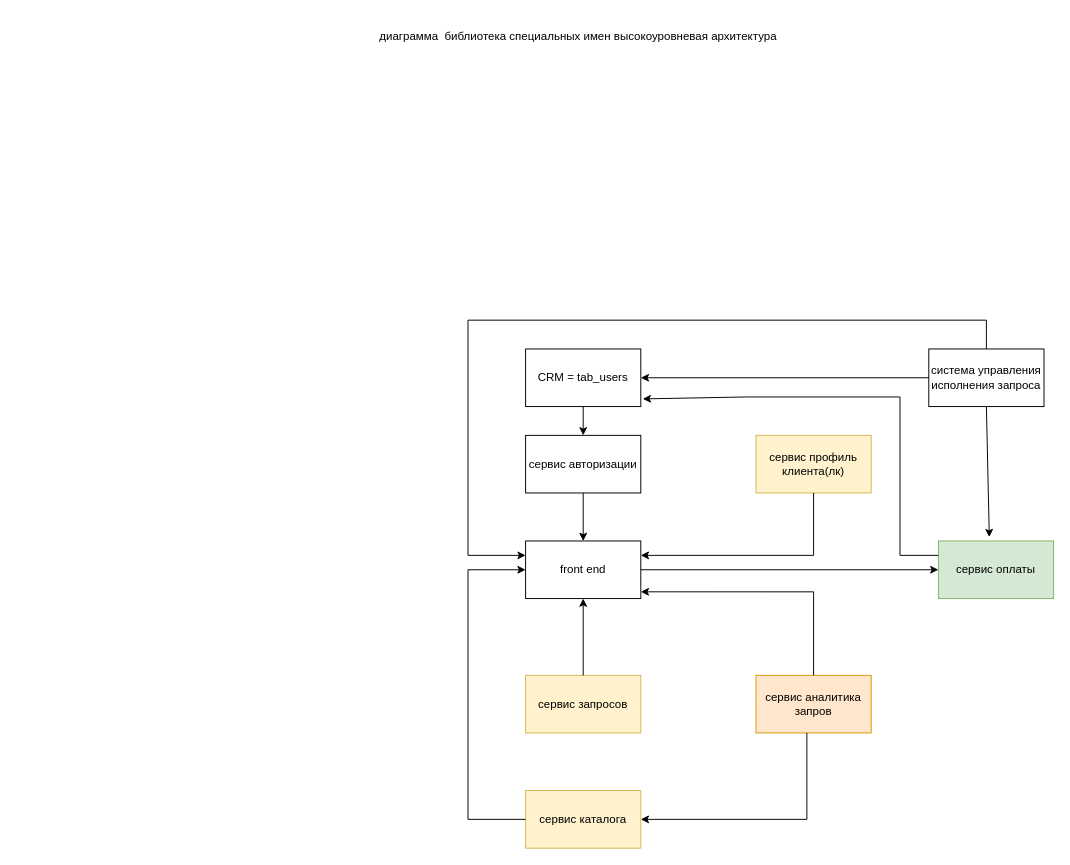
Above: page "Страница 1" (1 of 2) of диаграмма специальных имен.drawio in emauter/GB_mysql (draw.io), before the change. Source tidied: cells renumbered, new cells numbered last; positions are measured from the earlier drawing's top-left corner, leaving out a move shared by most shapes. Both pictures are drawn from the tidied source at 96%, with x=0, y=0 at pixel (352, 22).
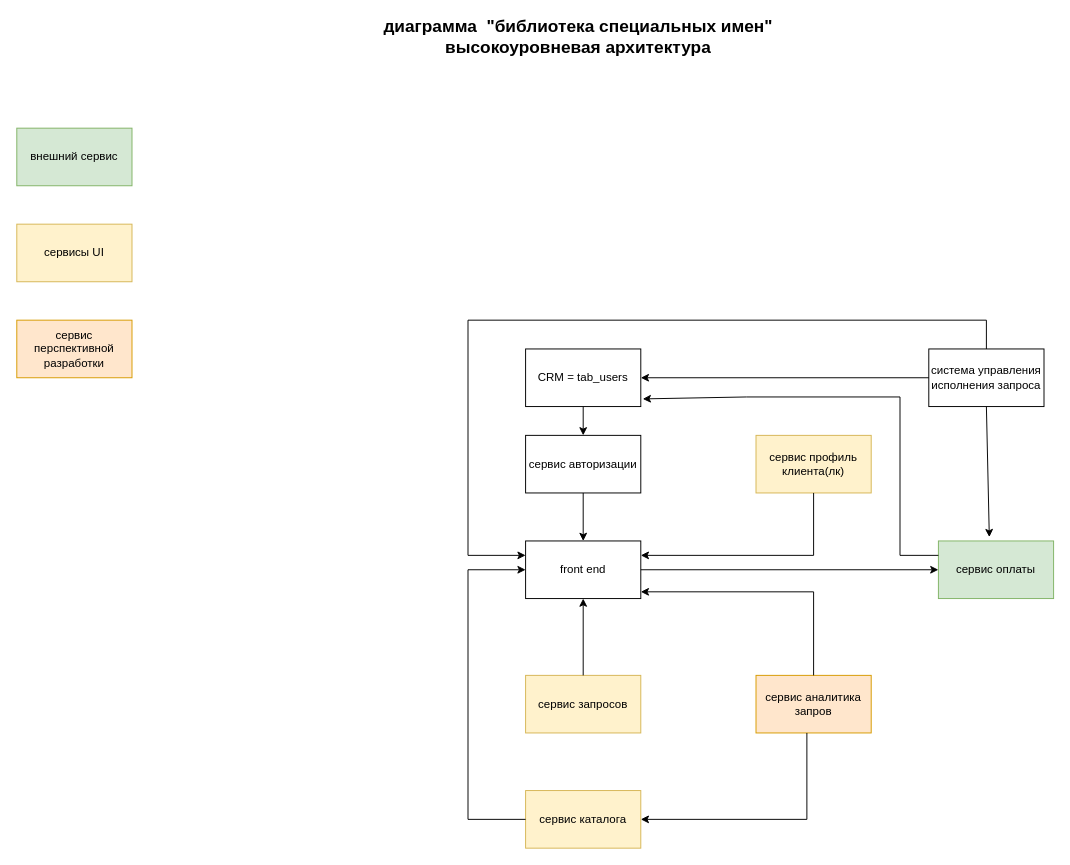
The same page after the edit.

The edit, as a diff of the source:
```diff
@@
-    <mxCell id="23" value="диаграмма&amp;nbsp; библиотека специальных имен высокоуровневая архитектура&lt;br&gt;" style="text;html=1;strokeColor=none;fillColor=none;align=center;verticalAlign=middle;whiteSpace=wrap;rounded=0;" parent="1" vertex="1">
+    <mxCell id="23" value="диаграмма&amp;nbsp; &quot;библиотека специальных имен&quot; высокоуровневая архитектура" style="text;html=1;strokeColor=none;fillColor=none;align=center;verticalAlign=middle;whiteSpace=wrap;rounded=0;fontStyle=1;fontSize=18;" parent="1" vertex="1">
       <mxGeometry width="470" height="30" as="geometry" />
     </mxCell>
+    <mxCell id="24" value="внешний сервис" style="rounded=0;whiteSpace=wrap;html=1;fillColor=#d5e8d4;strokeColor=#82b366;" parent="1" vertex="1">
+      <mxGeometry x="-350" y="110" width="120" height="60" as="geometry" />
+    </mxCell>
+    <mxCell id="25" value="сервисы UI" style="rounded=0;whiteSpace=wrap;html=1;fillColor=#fff2cc;strokeColor=#d6b656;" parent="1" vertex="1">
+      <mxGeometry x="-350" y="210" width="120" height="60" as="geometry" />
+    </mxCell>
+    <mxCell id="26" value="сервис перспективной разработки" style="rounded=0;whiteSpace=wrap;html=1;fillColor=#ffe6cc;strokeColor=#d79b00;" parent="1" vertex="1">
+      <mxGeometry x="-350" y="310" width="120" height="60" as="geometry" />
+    </mxCell>
```
